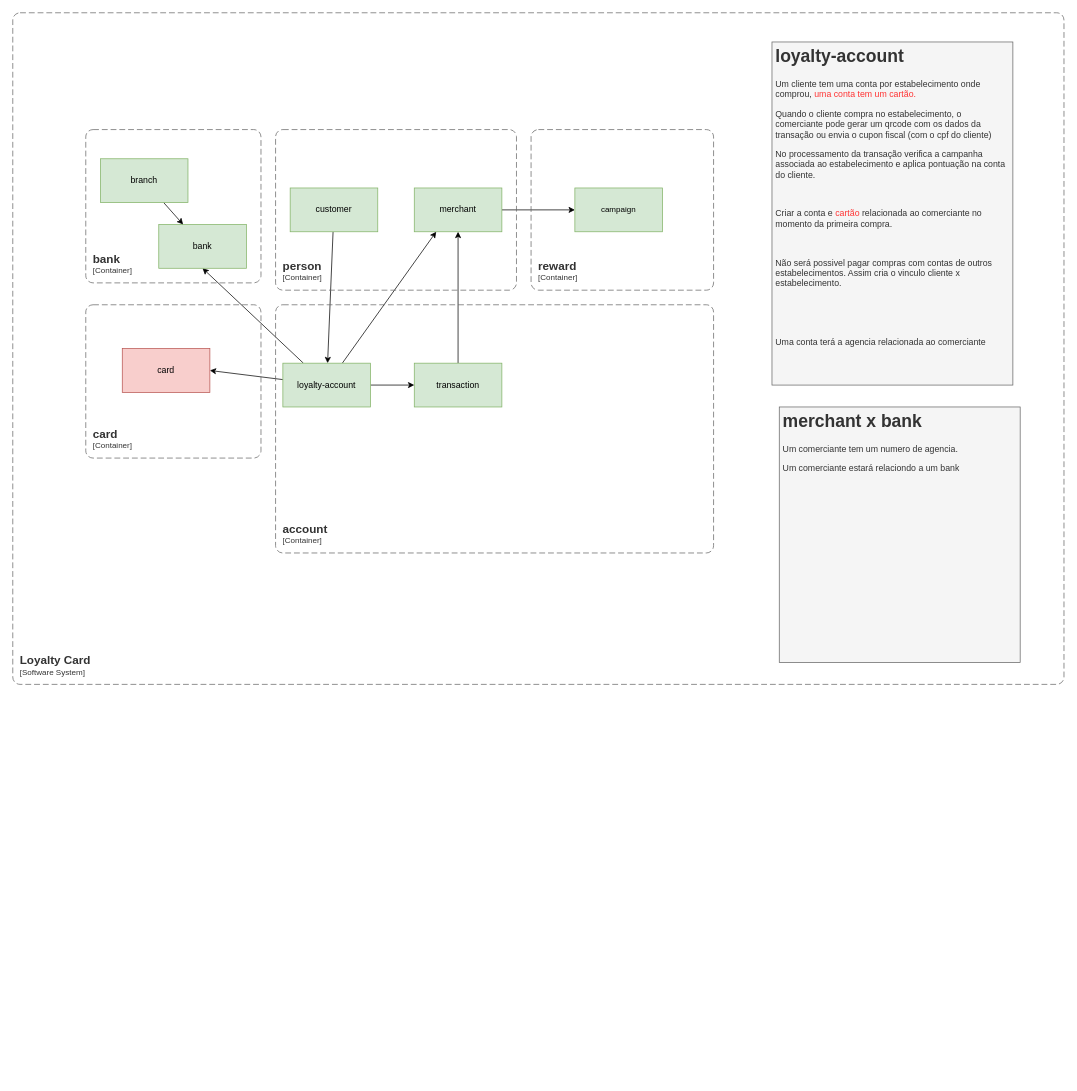
This is page "Page-3" (3 of 3) of Draws/Ideation Process.drawio from mauricionofre/loyalty-docs, a draw.io file, before an edit. Source tidied: cells renumbered, new cells numbered last; positions are measured from the earlier drawing's top-left corner, leaving out a move shared by most shapes. Both pictures are drawn from the tidied source at 73%, with x=0, y=0 at pixel (12, 12).
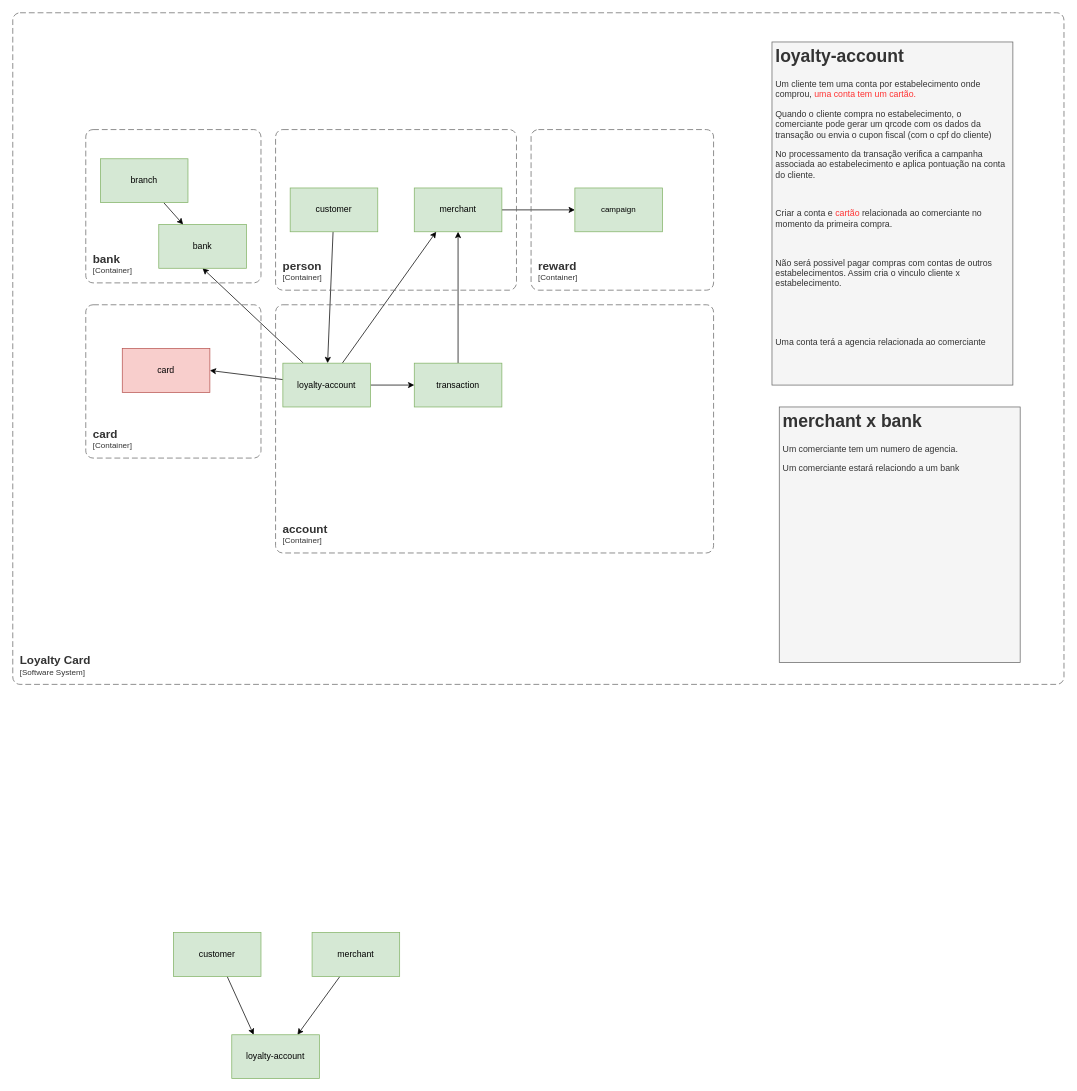
After the change.

The edit, as a diff of the source:
```diff
@@
+    <mxCell id="27" style="rounded=0;jettySize=auto;html=1;entryX=0.25;entryY=0;entryDx=0;entryDy=0;" parent="1" edge="1" source="28" target="31">
+      <mxGeometry relative="1" as="geometry" />
+    </mxCell>
+    <mxCell id="28" value="customer" style="rounded=0;whiteSpace=wrap;html=1;fillColor=#d5e8d4;strokeColor=#82b366;" parent="1" vertex="1">
+      <mxGeometry x="220" y="1260" width="120" height="60" as="geometry" />
+    </mxCell>
+    <mxCell id="29" style="rounded=0;jettySize=auto;html=1;entryX=0.75;entryY=0;entryDx=0;entryDy=0;" parent="1" edge="1" source="30" target="31">
+      <mxGeometry relative="1" as="geometry" />
+    </mxCell>
+    <mxCell id="30" value="merchant" style="rounded=0;whiteSpace=wrap;html=1;fillColor=#d5e8d4;strokeColor=#82b366;" parent="1" vertex="1">
+      <mxGeometry x="410" y="1260" width="120" height="60" as="geometry" />
+    </mxCell>
+    <mxCell id="31" value="loyalty-account" style="rounded=0;whiteSpace=wrap;html=1;fillColor=#d5e8d4;strokeColor=#82b366;" parent="1" vertex="1">
+      <mxGeometry x="300" y="1400" width="120" height="60" as="geometry" />
+    </mxCell>
```
